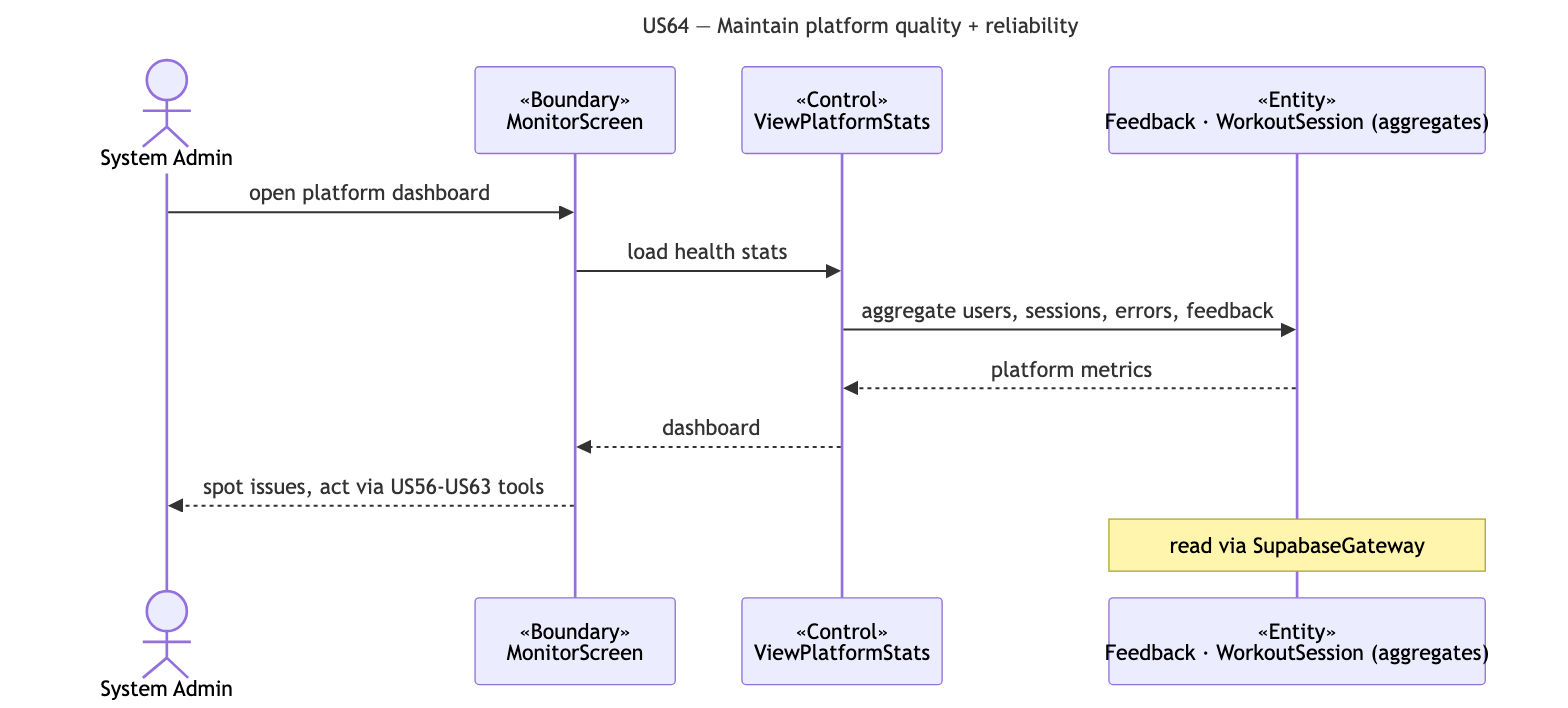
Before: docs/deliverables/sequence-diagrams/US64-platform-quality.png, a diagram exported from Mermaid (cyuanjun/FYP-26-S2-37-app). Its source is kept beside it as docs/deliverables/sequence-diagrams/src/US64-platform-quality.mmd.
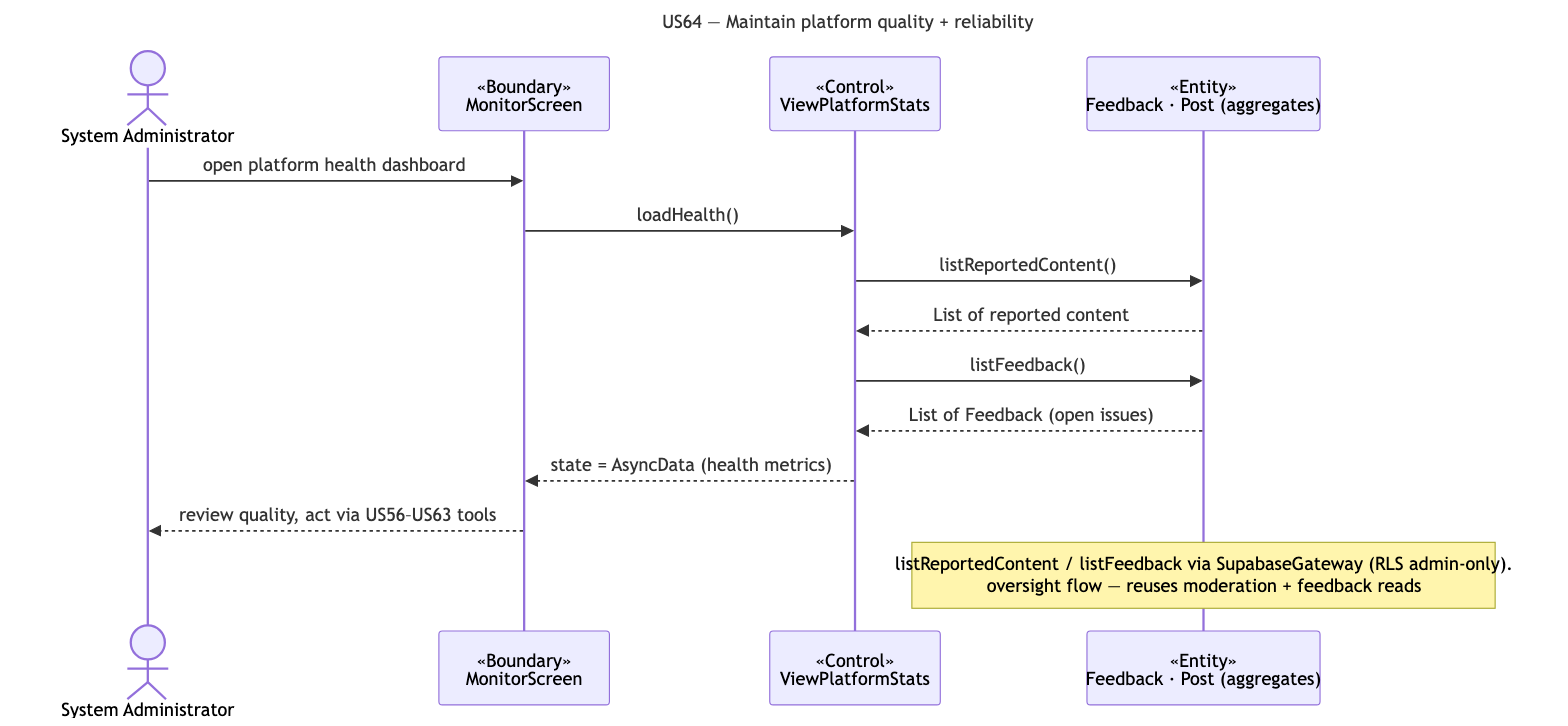
After the change.

What changed in the source:
```diff
@@ -2,14 +2,16 @@
 title: "US64 — Maintain platform quality + reliability"
 ---
 sequenceDiagram
-  actor A as System Admin
+  actor A as System Administrator
   participant B as «Boundary»<br/>MonitorScreen
   participant C as «Control»<br/>ViewPlatformStats
-  participant E as «Entity»<br/>Feedback · WorkoutSession (aggregates)
-  A->>B: open platform dashboard
-  B->>C: load health stats
-  C->>E: aggregate users, sessions, errors, feedback
-  E-->>C: platform metrics
-  C-->>B: dashboard
-  B-->>A: spot issues, act via US56-US63 tools
-  note over E: read via SupabaseGateway
+  participant E as «Entity»<br/>Feedback · Post (aggregates)
+  A->>B: open platform health dashboard
+  B->>C: loadHealth()
+  C->>E: listReportedContent()
+  E-->>C: List of reported content
+  C->>E: listFeedback()
+  E-->>C: List of Feedback (open issues)
+  C-->>B: state = AsyncData (health metrics)
+  B-->>A: review quality, act via US56–US63 tools
+  note over E: listReportedContent / listFeedback via SupabaseGateway (RLS admin-only).<br/>oversight flow — reuses moderation + feedback reads
```
